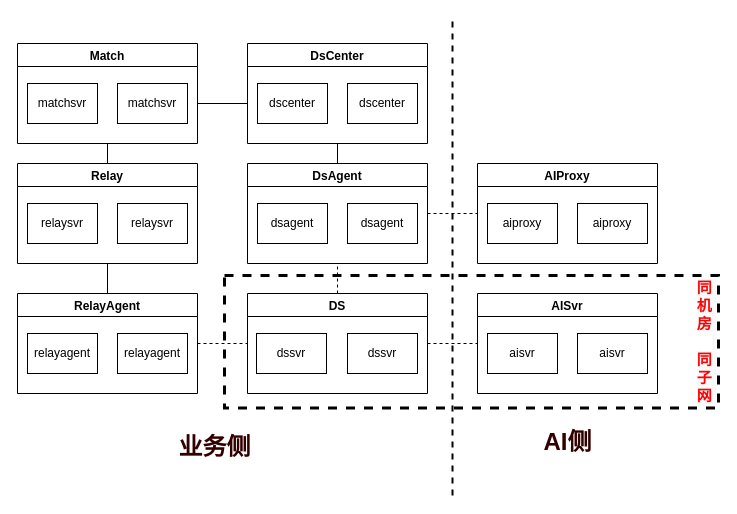
Earlier version of the draw.io diagram page "AOV AI" (2 of 10) of NISHIKI架构.drawio (Memoryss/NISHIKI). Source tidied: cells renumbered, new cells numbered last; positions are measured from the earlier drawing's top-left corner, leaving out a move shared by most shapes. Both pictures are drawn from the tidied source at 100%, with x=0, y=0 at pixel (17, 18).
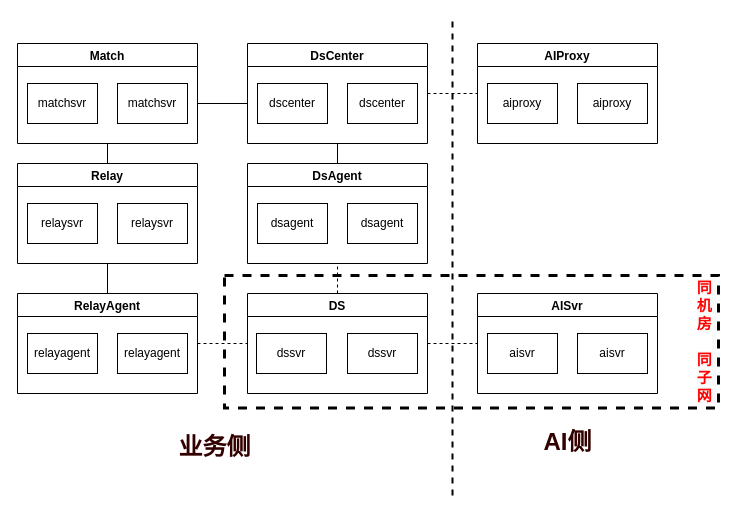
Above is the later version.

The change refers to these unchanged cells:
```xml
<mxCell id="11" value="DsAgent" style="swimlane;" parent="1" vertex="1">
  <mxGeometry x="230" y="145" width="180" height="100" as="geometry" />
</mxCell>
<mxCell id="25" value="DsCenter" style="swimlane;startSize=23;" parent="1" vertex="1">
  <mxGeometry x="230" y="25" width="180" height="100" as="geometry" />
</mxCell>
```

The edit, as a diff of the source:
```diff
@@
     <mxCell id="2" value="AIProxy" style="swimlane;" parent="1" vertex="1">
-      <mxGeometry x="460" y="145" width="180" height="100" as="geometry" />
+      <mxGeometry x="460" y="25" width="180" height="100" as="geometry" />
     </mxCell>
@@
-    <mxCell id="31" style="endArrow=none;dashed=1;html=1;rounded=0;exitX=1;exitY=0.5;exitDx=0;exitDy=0;entryX=0;entryY=0.5;entryDx=0;entryDy=0;" parent="1" edge="1" source="11" target="2">
+    <mxCell id="31" style="endArrow=none;dashed=1;html=1;rounded=0;exitX=1;exitY=0.5;exitDx=0;exitDy=0;entryX=0;entryY=0.5;entryDx=0;entryDy=0;" parent="1" edge="1" source="25" target="2">
       <mxGeometry relative="1" as="geometry" />
     </mxCell>
```
